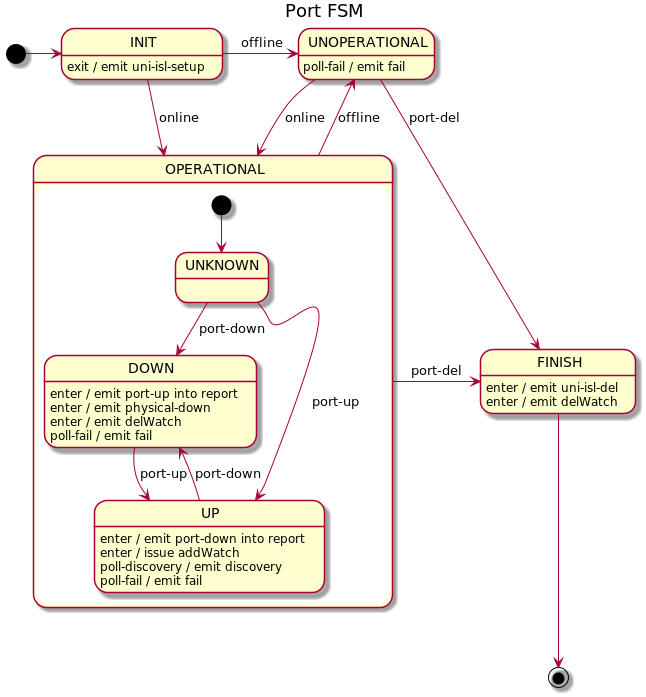
Before: docs/design/network-discovery/port-FSM.png, a diagram exported from PlantUML (telstra/open-kilda).
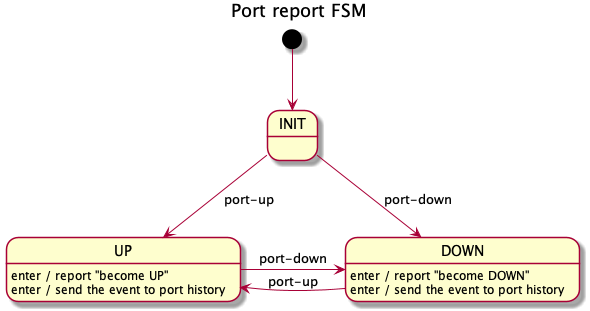
After the commit.

What changed in the source:
```diff
@@ -1,40 +1,17 @@
 @startuml
-title Port FSM
+title Port report FSM
 
-[*] -right-> INIT
+[*] --> INIT
 
-INIT -r-> UNOPERATIONAL : offline
-INIT -r-> OPERATIONAL : online
-INIT : exit / emit uni-isl-setup
+INIT --> UP : port-up
+INIT --> DOWN : port-down
 
-state OPERATIONAL {
-    [*] --> UNKNOWN
+UP -> DOWN : port-down
+UP : enter / report "become UP"
+UP : enter / send the event to port history
 
-    UNKNOWN --> DOWN : port-down
-    UNKNOWN --> UP : port-up
-
-    DOWN --> UP : port-up
-    DOWN : enter / emit port-up into report
-    DOWN : enter / emit physical-down
-    DOWN : enter / emit delWatch
-    DOWN : poll-fail / emit fail
-
-    UP --> DOWN : port-down
-    UP : enter / emit port-down into report
-    UP : enter / issue addWatch
-    UP : poll-discovery / emit discovery
-    UP : poll-fail / emit fail
-}
-
-OPERATIONAL --> UNOPERATIONAL : offline
-OPERATIONAL -r-> FINISH : port-del
-
-UNOPERATIONAL --> OPERATIONAL : online
-UNOPERATIONAL --> FINISH : port-del
-UNOPERATIONAL : poll-fail / emit fail
-
-FINISH: enter / emit uni-isl-del
-FINISH: enter / emit delWatch
-FINISH -d-> [*]
+DOWN -> UP : port-up
+DOWN : enter / report "become DOWN"
+DOWN : enter / send the event to port history
 
 @enduml
```
